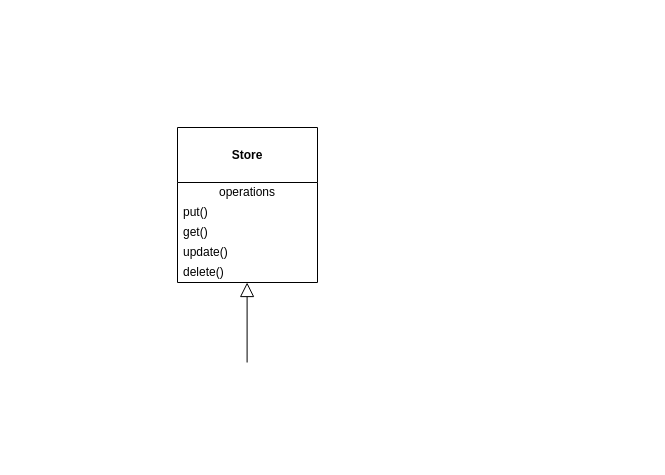
Before: store.drawio in zhongchun/daily, a draw.io diagram. Source tidied: cells renumbered, new cells numbered last; positions are measured from the earlier drawing's top-left corner, leaving out a move shared by most shapes. Both pictures are drawn from the tidied source at 100%, with x=0, y=0 at pixel (177, 127).
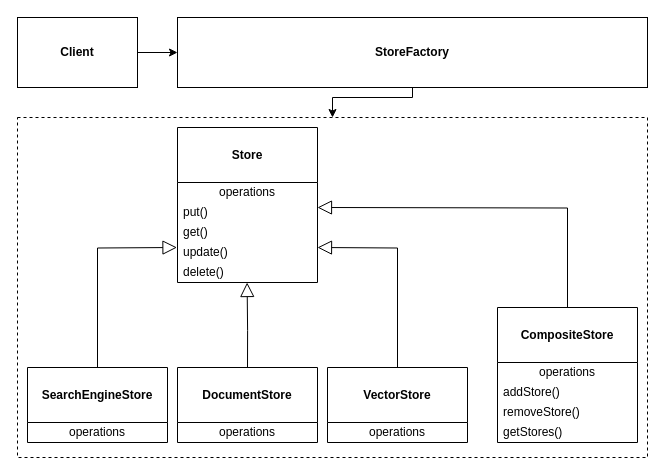
Above is the later version.

Change to the diagram source:
```diff
@@
+    <mxCell id="9" style="rounded=0;whiteSpace=wrap;html=1;dashed=1;" parent="1" vertex="1">
+      <mxGeometry x="-160" y="-10" width="630" height="340" as="geometry" />
+    </mxCell>
-    <mxCell id="2" style="edgeStyle=orthogonalEdgeStyle;rounded=0;orthogonalLoop=1;jettySize=auto;html=1;startArrow=block;startFill=0;endArrow=none;endFill=0;endSize=12;startSize=12;" parent="1" edge="1">
+    <mxCell id="2" style="edgeStyle=orthogonalEdgeStyle;rounded=0;jettySize=auto;html=1;startArrow=block;startFill=0;endArrow=none;endFill=0;endSize=12;startSize=12;" parent="1" edge="1" target="16">
       <mxGeometry relative="1" as="geometry">
         <mxPoint x="69.6" y="155" as="sourcePoint" />
-        <mxPoint x="69.6" y="235" as="targetPoint" />
       </mxGeometry>
     </mxCell>
@@
+    <mxCell id="10" value="&lt;br&gt;&lt;b&gt;CompositeStore&lt;/b&gt;" style="swimlane;fontStyle=0;align=center;verticalAlign=top;horizontal=1;startSize=55;html=1;whiteSpace=wrap;" parent="1" vertex="1">
+      <mxGeometry x="320" y="180" width="140" height="135" as="geometry" />
+    </mxCell>
+    <mxCell id="11" value="operations" style="text;html=1;strokeColor=none;fillColor=none;align=center;verticalAlign=middle;spacingLeft=4;spacingRight=4;overflow=hidden;whiteSpace=wrap;" parent="10" vertex="1">
+      <mxGeometry y="55" width="140" height="20" as="geometry" />
+    </mxCell>
+    <mxCell id="12" value="addStore()" style="text;html=1;strokeColor=none;fillColor=none;align=left;verticalAlign=middle;spacingLeft=4;spacingRight=4;overflow=hidden;whiteSpace=wrap;" parent="10" vertex="1">
+      <mxGeometry y="75" width="140" height="20" as="geometry" />
+    </mxCell>
+    <mxCell id="13" value="removeStore()" style="text;html=1;strokeColor=none;fillColor=none;align=left;verticalAlign=middle;spacingLeft=4;spacingRight=4;overflow=hidden;whiteSpace=wrap;" parent="10" vertex="1">
+      <mxGeometry y="95" width="140" height="20" as="geometry" />
+    </mxCell>
+    <mxCell id="14" value="getStores()" style="text;html=1;strokeColor=none;fillColor=none;align=left;verticalAlign=middle;spacingLeft=4;spacingRight=4;overflow=hidden;whiteSpace=wrap;" parent="10" vertex="1">
+      <mxGeometry y="115" width="140" height="20" as="geometry" />
+    </mxCell>
+    <mxCell id="15" style="edgeStyle=orthogonalEdgeStyle;rounded=0;jettySize=auto;html=1;startArrow=block;startFill=0;endArrow=none;endFill=0;endSize=12;startSize=12;entryX=0.5;entryY=0;entryDx=0;entryDy=0;" parent="1" edge="1" target="10">
+      <mxGeometry relative="1" as="geometry">
+        <mxPoint x="140" y="80" as="sourcePoint" />
+      </mxGeometry>
+    </mxCell>
+    <mxCell id="16" value="&lt;br&gt;&lt;b&gt;DocumentStore&lt;/b&gt;" style="swimlane;fontStyle=0;align=center;verticalAlign=top;horizontal=1;startSize=55;html=1;whiteSpace=wrap;" parent="1" vertex="1">
+      <mxGeometry y="240" width="140" height="75" as="geometry" />
+    </mxCell>
+    <mxCell id="17" value="operations" style="text;html=1;strokeColor=none;fillColor=none;align=center;verticalAlign=middle;spacingLeft=4;spacingRight=4;overflow=hidden;whiteSpace=wrap;" parent="16" vertex="1">
+      <mxGeometry y="55" width="140" height="20" as="geometry" />
+    </mxCell>
+    <mxCell id="18" value="&lt;br&gt;&lt;b&gt;SearchEngineStore&lt;/b&gt;" style="swimlane;fontStyle=0;align=center;verticalAlign=top;horizontal=1;startSize=55;html=1;whiteSpace=wrap;" parent="1" vertex="1">
+      <mxGeometry x="-150" y="240" width="140" height="75" as="geometry" />
+    </mxCell>
+    <mxCell id="19" value="operations" style="text;html=1;strokeColor=none;fillColor=none;align=center;verticalAlign=middle;spacingLeft=4;spacingRight=4;overflow=hidden;whiteSpace=wrap;" parent="18" vertex="1">
+      <mxGeometry y="55" width="140" height="20" as="geometry" />
+    </mxCell>
+    <mxCell id="20" value="&lt;br&gt;&lt;b&gt;VectorStore&lt;/b&gt;" style="swimlane;fontStyle=0;align=center;verticalAlign=top;horizontal=1;startSize=55;html=1;whiteSpace=wrap;" parent="1" vertex="1">
+      <mxGeometry x="150" y="240" width="140" height="75" as="geometry" />
+    </mxCell>
+    <mxCell id="21" value="operations" style="text;html=1;strokeColor=none;fillColor=none;align=center;verticalAlign=middle;spacingLeft=4;spacingRight=4;overflow=hidden;whiteSpace=wrap;" parent="20" vertex="1">
+      <mxGeometry y="55" width="140" height="20" as="geometry" />
+    </mxCell>
+    <mxCell id="22" style="edgeStyle=orthogonalEdgeStyle;rounded=0;jettySize=auto;html=1;startArrow=block;startFill=0;endArrow=none;endFill=0;endSize=12;startSize=12;entryX=0.5;entryY=0;entryDx=0;entryDy=0;" parent="1" edge="1" target="18">
+      <mxGeometry relative="1" as="geometry">
+        <mxPoint x="-0.5" y="120" as="sourcePoint" />
+      </mxGeometry>
+    </mxCell>
+    <mxCell id="23" style="edgeStyle=orthogonalEdgeStyle;rounded=0;jettySize=auto;html=1;startArrow=block;startFill=0;endArrow=none;endFill=0;endSize=12;startSize=12;" parent="1" edge="1" target="20">
+      <mxGeometry relative="1" as="geometry">
+        <mxPoint x="140" y="120" as="sourcePoint" />
+      </mxGeometry>
+    </mxCell>
+    <mxCell id="24" style="edgeStyle=orthogonalEdgeStyle;rounded=0;jettySize=auto;html=1;" parent="1" edge="1" source="25" target="9">
+      <mxGeometry relative="1" as="geometry">
+        <Array as="points">
+          <mxPoint x="235" y="-30" />
+          <mxPoint x="155" y="-30" />
+        </Array>
+      </mxGeometry>
+    </mxCell>
+    <mxCell id="25" value="&lt;b&gt;StoreFactory&lt;/b&gt;" style="rounded=0;whiteSpace=wrap;html=1;" parent="1" vertex="1">
+      <mxGeometry y="-110" width="470" height="70" as="geometry" />
+    </mxCell>
+    <mxCell id="26" style="edgeStyle=orthogonalEdgeStyle;rounded=0;jettySize=auto;html=1;" parent="1" edge="1" source="27" target="25">
+      <mxGeometry relative="1" as="geometry" />
+    </mxCell>
+    <mxCell id="27" value="&lt;b&gt;Client&lt;/b&gt;" style="rounded=0;whiteSpace=wrap;html=1;" parent="1" vertex="1">
+      <mxGeometry x="-160" y="-110" width="120" height="70" as="geometry" />
+    </mxCell>
```
